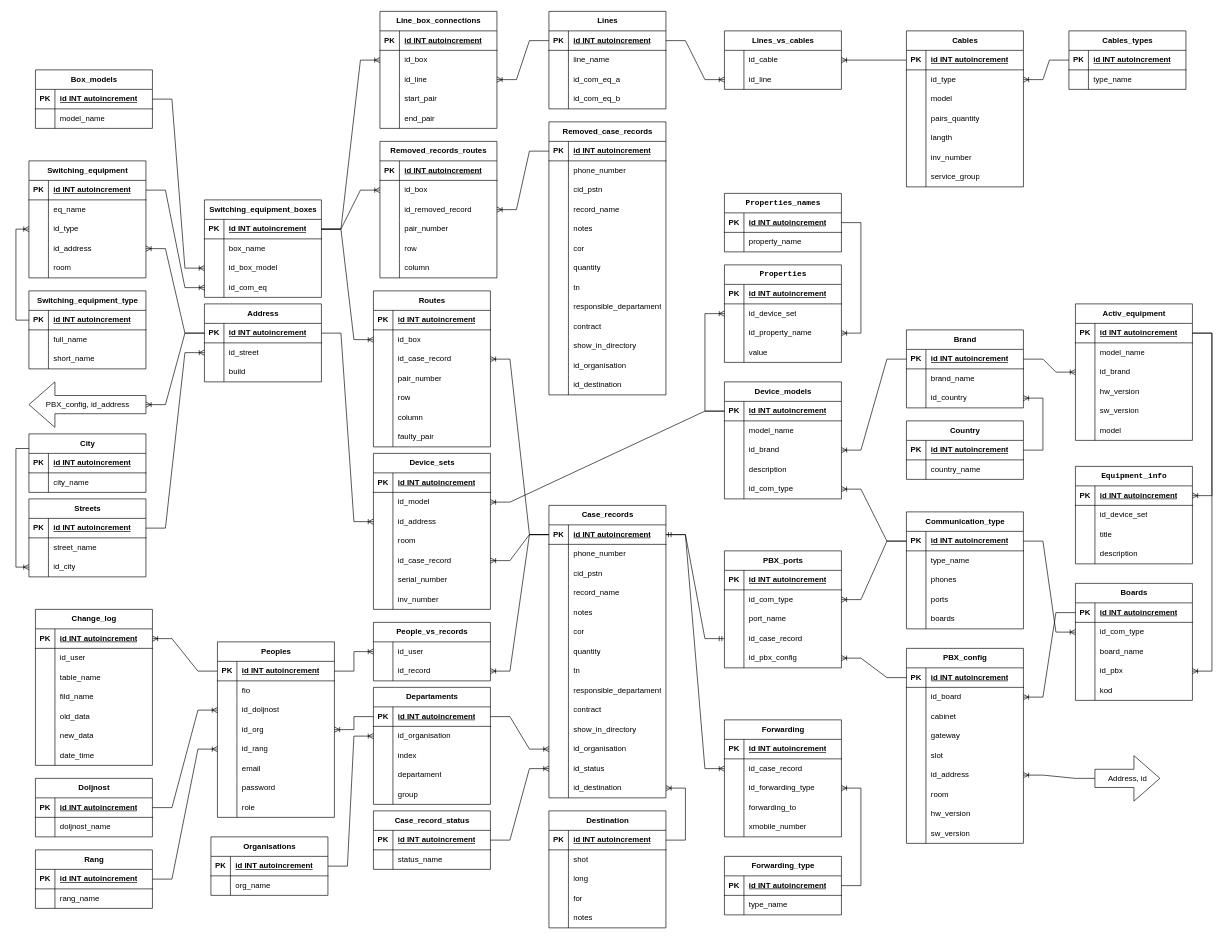
Before: Project/БД для проекта.drawio in AndyHustler/HomeworkForJSFullStack, a draw.io diagram. Source tidied: cells renumbered, new cells numbered last; positions are measured from the earlier drawing's top-left corner, leaving out a move shared by most shapes. Both pictures are drawn from the tidied source at 65%, with x=0, y=0 at pixel (16, 11).
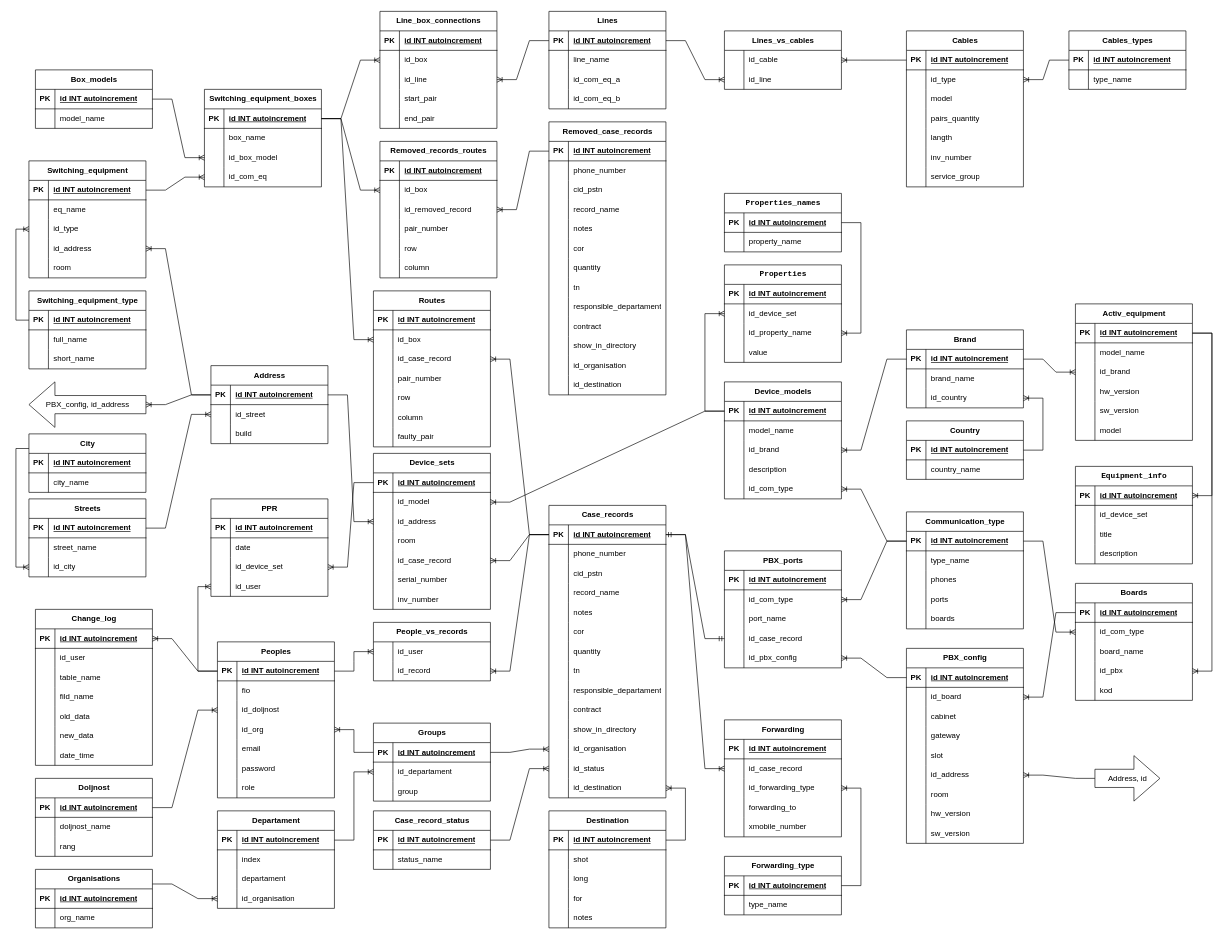
Above is the later version.

The change refers to these unchanged cells:
```xml
<mxCell id="126" style="shape=tableRow;horizontal=0;startSize=0;swimlaneHead=0;swimlaneBody=0;fillColor=none;points=[[0,0.5],[1,0.5]];portConstraint=eastwest;top=0;left=0;right=0;bottom=1;" parent="125" vertex="1">
  <mxGeometry y="30" width="180" height="30" as="geometry" />
</mxCell>
<mxCell id="316" style="shape=tableRow;horizontal=0;startSize=0;swimlaneHead=0;swimlaneBody=0;fillColor=none;points=[[0,0.5],[1,0.5]];portConstraint=eastwest;top=0;left=0;right=0;bottom=0;" parent="312" vertex="1">
  <mxGeometry y="60" width="180" height="30" as="geometry" />
</mxCell>
<mxCell id="332" style="shape=tableRow;horizontal=0;startSize=0;swimlaneHead=0;swimlaneBody=0;fillColor=none;top=0;left=0;right=0;bottom=0;" parent="328" vertex="1">
  <mxGeometry y="60" width="180" height="30" as="geometry" />
</mxCell>
<mxCell id="337" style="shape=tableRow;horizontal=0;startSize=0;swimlaneHead=0;swimlaneBody=0;fillColor=none;points=[[0,0.5],[1,0.5]];portConstraint=eastwest;top=0;left=0;right=0;bottom=1;" parent="336" vertex="1">
  <mxGeometry y="30" width="180" height="30" as="geometry" />
</mxCell>
```

The edit, as a diff of the source:
```diff
@@
     <mxCell id="18" value="Switching_equipment_boxes" style="shape=table;startSize=30;childLayout=tableLayout;rowLines=0;fontStyle=1;align=center;html=1;" parent="1" vertex="1">
-      <mxGeometry x="290" y="290" width="180" height="150" as="geometry" />
+      <mxGeometry x="290" y="120" width="180" height="150" as="geometry" />
     </mxCell>
@@
     <mxCell id="43" value="Address" style="shape=table;startSize=30;childLayout=tableLayout;rowLines=0;fontStyle=1;align=center;html=1;" parent="1" vertex="1">
-      <mxGeometry x="290" y="450" width="180" height="120" as="geometry" />
+      <mxGeometry x="300" y="545" width="180" height="120" as="geometry" />
     </mxCell>
@@
-    <mxCell id="312" value="Departaments" style="shape=table;startSize=30;childLayout=tableLayout;rowLines=0;fontStyle=1;align=center;html=1;" parent="1" vertex="1">
-      <mxGeometry x="550" y="1040" width="180" height="180" as="geometry" />
+    <mxCell id="312" value="Groups" style="shape=table;startSize=30;childLayout=tableLayout;rowLines=0;fontStyle=1;align=center;html=1;" parent="1" vertex="1">
+      <mxGeometry x="550" y="1095" width="180" height="120" as="geometry" />
     </mxCell>
@@
-    <mxCell id="318" value="id_organisation" style="shape=partialRectangle;fillColor=none;top=0;left=0;bottom=0;right=0;align=left;spacingLeft=6;overflow=hidden;whiteSpace=wrap;html=1;" parent="316" vertex="1">
+    <mxCell id="318" value="id_departament" style="shape=partialRectangle;fillColor=none;top=0;left=0;bottom=0;right=0;align=left;spacingLeft=6;overflow=hidden;whiteSpace=wrap;html=1;" parent="316" vertex="1">
       <mxGeometry x="30" width="150" height="30" as="geometry" />
     </mxCell>
-    <mxCell id="319" style="shape=tableRow;horizontal=0;startSize=0;swimlaneHead=0;swimlaneBody=0;fillColor=none;top=0;left=0;right=0;bottom=0;" parent="312" vertex="1">
-      <mxGeometry y="90" width="180" height="30" as="geometry" />
-    </mxCell>
-    <mxCell id="320" style="shape=partialRectangle;fillColor=none;top=0;left=0;bottom=0;right=0;overflow=hidden;whiteSpace=wrap;html=1;" parent="319" vertex="1">
-      <mxGeometry width="30" height="30" as="geometry" />
-    </mxCell>
-    <mxCell id="321" value="index" style="shape=partialRectangle;fillColor=none;top=0;left=0;bottom=0;right=0;align=left;spacingLeft=6;overflow=hidden;whiteSpace=wrap;html=1;" parent="319" vertex="1">
-      <mxGeometry x="30" width="150" height="30" as="geometry" />
-    </mxCell>
-    <mxCell id="322" style="shape=tableRow;horizontal=0;startSize=0;swimlaneHead=0;swimlaneBody=0;fillColor=none;top=0;left=0;right=0;bottom=0;" parent="312" vertex="1">
-      <mxGeometry y="120" width="180" height="30" as="geometry" />
-    </mxCell>
-    <mxCell id="323" style="shape=partialRectangle;fillColor=none;top=0;left=0;bottom=0;right=0;overflow=hidden;whiteSpace=wrap;html=1;" parent="322" vertex="1">
-      <mxGeometry width="30" height="30" as="geometry" />
-    </mxCell>
-    <mxCell id="324" value="departament" style="shape=partialRectangle;fillColor=none;top=0;left=0;bottom=0;right=0;align=left;spacingLeft=6;overflow=hidden;whiteSpace=wrap;html=1;" parent="322" vertex="1">
-      <mxGeometry x="30" width="150" height="30" as="geometry" />
-    </mxCell>
     <mxCell id="325" style="shape=tableRow;horizontal=0;startSize=0;swimlaneHead=0;swimlaneBody=0;fillColor=none;top=0;left=0;right=0;bottom=0;" parent="312" vertex="1">
-      <mxGeometry y="150" width="180" height="30" as="geometry" />
+      <mxGeometry y="90" width="180" height="30" as="geometry" />
     </mxCell>
@@
-    <mxCell id="328" value="Organisations" style="shape=table;startSize=30;childLayout=tableLayout;rowLines=0;fontStyle=1;align=center;html=1;" parent="1" vertex="1">
-      <mxGeometry x="300" y="1270" width="180" height="90" as="geometry" />
+    <mxCell id="328" value="Departament" style="shape=table;startSize=30;childLayout=tableLayout;rowLines=0;fontStyle=1;align=center;html=1;" parent="1" vertex="1">
+      <mxGeometry x="310" y="1230" width="180" height="150" as="geometry" />
     </mxCell>
@@
-    <mxCell id="334" value="&lt;div&gt;org_name&lt;/div&gt;" style="shape=partialRectangle;fillColor=none;top=0;left=0;bottom=0;right=0;align=left;spacingLeft=6;overflow=hidden;whiteSpace=wrap;html=1;" parent="332" vertex="1">
+    <mxCell id="334" value="index" style="shape=partialRectangle;fillColor=none;top=0;left=0;bottom=0;right=0;align=left;spacingLeft=6;overflow=hidden;whiteSpace=wrap;html=1;" parent="332" vertex="1">
       <mxGeometry x="30" width="150" height="30" as="geometry" />
     </mxCell>
+    <mxCell id="633" style="shape=tableRow;horizontal=0;startSize=0;swimlaneHead=0;swimlaneBody=0;fillColor=none;top=0;left=0;right=0;bottom=0;" parent="328" vertex="1">
+      <mxGeometry y="90" width="180" height="30" as="geometry" />
+    </mxCell>
+    <mxCell id="634" style="shape=partialRectangle;fillColor=none;top=0;left=0;bottom=0;right=0;overflow=hidden;whiteSpace=wrap;html=1;" parent="633" vertex="1">
+      <mxGeometry width="30" height="30" as="geometry" />
+    </mxCell>
+    <mxCell id="324" value="departament" style="shape=partialRectangle;fillColor=none;top=0;left=0;bottom=0;right=0;align=left;spacingLeft=6;overflow=hidden;whiteSpace=wrap;html=1;" parent="633" vertex="1">
+      <mxGeometry x="30" width="150" height="30" as="geometry" />
+    </mxCell>
+    <mxCell id="635" style="shape=tableRow;horizontal=0;startSize=0;swimlaneHead=0;swimlaneBody=0;fillColor=none;points=[[0,0.5],[1,0.5]];portConstraint=eastwest;top=0;left=0;right=0;bottom=0;" parent="328" vertex="1">
+      <mxGeometry y="120" width="180" height="30" as="geometry" />
+    </mxCell>
+    <mxCell id="636" style="shape=partialRectangle;fillColor=none;top=0;left=0;bottom=0;right=0;overflow=hidden;whiteSpace=wrap;html=1;" parent="635" vertex="1">
+      <mxGeometry width="30" height="30" as="geometry" />
+    </mxCell>
+    <mxCell id="637" value="id_organisation" style="shape=partialRectangle;fillColor=none;top=0;left=0;bottom=0;right=0;align=left;spacingLeft=6;overflow=hidden;whiteSpace=wrap;html=1;" parent="635" vertex="1">
+      <mxGeometry x="30" width="150" height="30" as="geometry" />
+    </mxCell>
@@
     <mxCell id="336" value="&lt;div&gt;Peoples&lt;/div&gt;" style="shape=table;startSize=30;childLayout=tableLayout;rowLines=0;fontStyle=1;align=center;html=1;" parent="1" vertex="1">
-      <mxGeometry x="310" y="970" width="180" height="270" as="geometry" />
+      <mxGeometry x="310" y="970" width="180" height="240" as="geometry" />
     </mxCell>
@@
-    <mxCell id="349" style="shape=tableRow;horizontal=0;startSize=0;swimlaneHead=0;swimlaneBody=0;fillColor=none;points=[[0,0.5],[1,0.5]];portConstraint=eastwest;top=0;left=0;right=0;bottom=0;" parent="336" vertex="1">
-      <mxGeometry y="150" width="180" height="30" as="geometry" />
-    </mxCell>
-    <mxCell id="350" style="shape=partialRectangle;fillColor=none;top=0;left=0;bottom=0;right=0;overflow=hidden;whiteSpace=wrap;html=1;" parent="349" vertex="1">
-      <mxGeometry width="30" height="30" as="geometry" />
-    </mxCell>
-    <mxCell id="351" value="id_rang" style="shape=partialRectangle;fillColor=none;top=0;left=0;bottom=0;right=0;align=left;spacingLeft=6;overflow=hidden;whiteSpace=wrap;html=1;" parent="349" vertex="1">
-      <mxGeometry x="30" width="150" height="30" as="geometry" />
-    </mxCell>
     <mxCell id="352" style="shape=tableRow;horizontal=0;startSize=0;swimlaneHead=0;swimlaneBody=0;fillColor=none;top=0;left=0;right=0;bottom=0;" parent="336" vertex="1">
-      <mxGeometry y="180" width="180" height="30" as="geometry" />
+      <mxGeometry y="150" width="180" height="30" as="geometry" />
     </mxCell>
@@
     <mxCell id="355" style="shape=tableRow;horizontal=0;startSize=0;swimlaneHead=0;swimlaneBody=0;fillColor=none;top=0;left=0;right=0;bottom=0;" parent="336" vertex="1">
-      <mxGeometry y="210" width="180" height="30" as="geometry" />
+      <mxGeometry y="180" width="180" height="30" as="geometry" />
     </mxCell>
@@
     <mxCell id="358" style="shape=tableRow;horizontal=0;startSize=0;swimlaneHead=0;swimlaneBody=0;fillColor=none;top=0;left=0;right=0;bottom=0;" parent="336" vertex="1">
-      <mxGeometry y="240" width="180" height="30" as="geometry" />
+      <mxGeometry y="210" width="180" height="30" as="geometry" />
     </mxCell>
@@
-    <mxCell id="580" value="Rang" style="shape=table;startSize=30;childLayout=tableLayout;rowLines=0;fontStyle=1;align=center;html=1;" parent="1" vertex="1">
-      <mxGeometry x="30" y="1290" width="180" height="90" as="geometry" />
-    </mxCell>
-    <mxCell id="581" style="shape=tableRow;horizontal=0;startSize=0;swimlaneHead=0;swimlaneBody=0;fillColor=none;points=[[0,0.5],[1,0.5]];portConstraint=eastwest;top=0;left=0;right=0;bottom=1;" parent="580" vertex="1">
-      <mxGeometry y="30" width="180" height="30" as="geometry" />
-    </mxCell>
-    <mxCell id="582" value="PK" style="shape=partialRectangle;fillColor=none;top=0;left=0;bottom=0;right=0;fontStyle=1;overflow=hidden;whiteSpace=wrap;html=1;" parent="581" vertex="1">
-      <mxGeometry width="30" height="30" as="geometry" />
-    </mxCell>
-    <mxCell id="583" value="id INT autoincrement" style="shape=partialRectangle;fillColor=none;top=0;left=0;bottom=0;right=0;align=left;spacingLeft=6;fontStyle=5;overflow=hidden;whiteSpace=wrap;html=1;" parent="581" vertex="1">
-      <mxGeometry x="30" width="150" height="30" as="geometry" />
-    </mxCell>
-    <mxCell id="584" style="shape=tableRow;horizontal=0;startSize=0;swimlaneHead=0;swimlaneBody=0;fillColor=none;top=0;left=0;right=0;bottom=0;" parent="580" vertex="1">
-      <mxGeometry y="60" width="180" height="30" as="geometry" />
-    </mxCell>
-    <mxCell id="585" style="shape=partialRectangle;fillColor=none;top=0;left=0;bottom=0;right=0;overflow=hidden;whiteSpace=wrap;html=1;" parent="584" vertex="1">
-      <mxGeometry width="30" height="30" as="geometry" />
-    </mxCell>
-    <mxCell id="586" value="rang_name" style="shape=partialRectangle;fillColor=none;top=0;left=0;bottom=0;right=0;align=left;spacingLeft=6;overflow=hidden;whiteSpace=wrap;html=1;" parent="584" vertex="1">
-      <mxGeometry x="30" width="150" height="30" as="geometry" />
-    </mxCell>
-    <mxCell id="587" style="edgeStyle=entityRelationEdgeStyle;fontSize=12;html=1;endArrow=ERoneToMany;rounded=0;exitX=1;exitY=0.5;exitDx=0;exitDy=0;" parent="1" edge="1" source="581" target="349">
-      <mxGeometry relative="1" as="geometry" />
-    </mxCell>
     <mxCell id="588" value="Doljnost" style="shape=table;startSize=30;childLayout=tableLayout;rowLines=0;fontStyle=1;align=center;html=1;" parent="1" vertex="1">
-      <mxGeometry x="30" y="1180" width="180" height="90" as="geometry" />
+      <mxGeometry x="30" y="1180" width="180" height="120" as="geometry" />
     </mxCell>
@@
+    <mxCell id="638" style="shape=tableRow;horizontal=0;startSize=0;swimlaneHead=0;swimlaneBody=0;fillColor=none;top=0;left=0;right=0;bottom=0;" parent="588" vertex="1">
+      <mxGeometry y="90" width="180" height="30" as="geometry" />
+    </mxCell>
+    <mxCell id="639" style="shape=partialRectangle;fillColor=none;top=0;left=0;bottom=0;right=0;overflow=hidden;whiteSpace=wrap;html=1;" parent="638" vertex="1">
+      <mxGeometry width="30" height="30" as="geometry" />
+    </mxCell>
+    <mxCell id="640" value="rang" style="shape=partialRectangle;fillColor=none;top=0;left=0;bottom=0;right=0;align=left;spacingLeft=6;overflow=hidden;whiteSpace=wrap;html=1;" parent="638" vertex="1">
+      <mxGeometry x="30" width="150" height="30" as="geometry" />
+    </mxCell>
@@
+    <mxCell id="641" value="PPR" style="shape=table;startSize=30;childLayout=tableLayout;rowLines=0;fontStyle=1;align=center;html=1;" parent="1" vertex="1">
+      <mxGeometry x="300" y="750" width="180" height="150" as="geometry" />
+    </mxCell>
+    <mxCell id="642" style="shape=tableRow;horizontal=0;startSize=0;swimlaneHead=0;swimlaneBody=0;fillColor=none;top=0;left=0;right=0;bottom=1;" parent="641" vertex="1">
+      <mxGeometry y="30" width="180" height="30" as="geometry" />
+    </mxCell>
+    <mxCell id="643" value="PK" style="shape=partialRectangle;fillColor=none;top=0;left=0;bottom=0;right=0;fontStyle=1;overflow=hidden;whiteSpace=wrap;html=1;" parent="642" vertex="1">
+      <mxGeometry width="30" height="30" as="geometry" />
+    </mxCell>
+    <mxCell id="644" value="id INT autoincrement" style="shape=partialRectangle;fillColor=none;top=0;left=0;bottom=0;right=0;align=left;spacingLeft=6;fontStyle=5;overflow=hidden;whiteSpace=wrap;html=1;" parent="642" vertex="1">
+      <mxGeometry x="30" width="150" height="30" as="geometry" />
+    </mxCell>
+    <mxCell id="645" style="shape=tableRow;horizontal=0;startSize=0;swimlaneHead=0;swimlaneBody=0;fillColor=none;top=0;left=0;right=0;bottom=0;" parent="641" vertex="1">
+      <mxGeometry y="60" width="180" height="30" as="geometry" />
+    </mxCell>
+    <mxCell id="646" style="shape=partialRectangle;fillColor=none;top=0;left=0;bottom=0;right=0;overflow=hidden;whiteSpace=wrap;html=1;" parent="645" vertex="1">
+      <mxGeometry width="30" height="30" as="geometry" />
+    </mxCell>
+    <mxCell id="647" value="date" style="shape=partialRectangle;fillColor=none;top=0;left=0;bottom=0;right=0;align=left;spacingLeft=6;overflow=hidden;whiteSpace=wrap;html=1;" parent="645" vertex="1">
+      <mxGeometry x="30" width="150" height="30" as="geometry" />
+    </mxCell>
+    <mxCell id="648" style="shape=tableRow;horizontal=0;startSize=0;swimlaneHead=0;swimlaneBody=0;fillColor=none;points=[[0,0.5],[1,0.5]];portConstraint=eastwest;top=0;left=0;right=0;bottom=0;" parent="641" vertex="1">
+      <mxGeometry y="90" width="180" height="30" as="geometry" />
+    </mxCell>
+    <mxCell id="649" style="shape=partialRectangle;fillColor=none;top=0;left=0;bottom=0;right=0;overflow=hidden;whiteSpace=wrap;html=1;" parent="648" vertex="1">
+      <mxGeometry width="30" height="30" as="geometry" />
+    </mxCell>
+    <mxCell id="650" value="id_device_set" style="shape=partialRectangle;fillColor=none;top=0;left=0;bottom=0;right=0;align=left;spacingLeft=6;overflow=hidden;whiteSpace=wrap;html=1;" parent="648" vertex="1">
+      <mxGeometry x="30" width="150" height="30" as="geometry" />
+    </mxCell>
+    <mxCell id="651" style="shape=tableRow;horizontal=0;startSize=0;swimlaneHead=0;swimlaneBody=0;fillColor=none;points=[[0,0.5],[1,0.5]];portConstraint=eastwest;top=0;left=0;right=0;bottom=0;" parent="641" vertex="1">
+      <mxGeometry y="120" width="180" height="30" as="geometry" />
+    </mxCell>
+    <mxCell id="652" style="shape=partialRectangle;fillColor=none;top=0;left=0;bottom=0;right=0;overflow=hidden;whiteSpace=wrap;html=1;" parent="651" vertex="1">
+      <mxGeometry width="30" height="30" as="geometry" />
+    </mxCell>
+    <mxCell id="653" value="&lt;div&gt;id_user&lt;/div&gt;" style="shape=partialRectangle;fillColor=none;top=0;left=0;bottom=0;right=0;align=left;spacingLeft=6;overflow=hidden;whiteSpace=wrap;html=1;" parent="651" vertex="1">
+      <mxGeometry x="30" width="150" height="30" as="geometry" />
+    </mxCell>
+    <mxCell id="654" style="edgeStyle=entityRelationEdgeStyle;fontSize=12;html=1;endArrow=ERoneToMany;rounded=0;exitX=0;exitY=0.5;exitDx=0;exitDy=0;entryX=1;entryY=0.5;entryDx=0;entryDy=0;" parent="1" edge="1" source="126" target="648">
+      <mxGeometry relative="1" as="geometry" />
+    </mxCell>
+    <mxCell id="655" style="edgeStyle=elbowEdgeStyle;fontSize=12;html=1;endArrow=ERoneToMany;rounded=0;exitX=0;exitY=0.5;exitDx=0;exitDy=0;entryX=0;entryY=0.5;entryDx=0;entryDy=0;" parent="1" edge="1" source="337" target="651">
+      <mxGeometry relative="1" as="geometry">
+        <Array as="points">
+          <mxPoint x="280" y="910" />
+        </Array>
+      </mxGeometry>
+    </mxCell>
+    <mxCell id="656" value="Organisations" style="shape=table;startSize=30;childLayout=tableLayout;rowLines=0;fontStyle=1;align=center;html=1;" parent="1" vertex="1">
+      <mxGeometry x="30" y="1320" width="180" height="90" as="geometry" />
+    </mxCell>
+    <mxCell id="657" style="shape=tableRow;horizontal=0;startSize=0;swimlaneHead=0;swimlaneBody=0;fillColor=none;top=0;left=0;right=0;bottom=1;" parent="656" vertex="1">
+      <mxGeometry y="30" width="180" height="30" as="geometry" />
+    </mxCell>
+    <mxCell id="658" value="PK" style="shape=partialRectangle;fillColor=none;top=0;left=0;bottom=0;right=0;fontStyle=1;overflow=hidden;whiteSpace=wrap;html=1;" parent="657" vertex="1">
+      <mxGeometry width="30" height="30" as="geometry" />
+    </mxCell>
+    <mxCell id="659" value="id INT autoincrement" style="shape=partialRectangle;fillColor=none;top=0;left=0;bottom=0;right=0;align=left;spacingLeft=6;fontStyle=5;overflow=hidden;whiteSpace=wrap;html=1;" parent="657" vertex="1">
+      <mxGeometry x="30" width="150" height="30" as="geometry" />
+    </mxCell>
+    <mxCell id="660" style="shape=tableRow;horizontal=0;startSize=0;swimlaneHead=0;swimlaneBody=0;fillColor=none;top=0;left=0;right=0;bottom=0;" parent="656" vertex="1">
+      <mxGeometry y="60" width="180" height="30" as="geometry" />
+    </mxCell>
+    <mxCell id="661" style="shape=partialRectangle;fillColor=none;top=0;left=0;bottom=0;right=0;overflow=hidden;whiteSpace=wrap;html=1;" parent="660" vertex="1">
+      <mxGeometry width="30" height="30" as="geometry" />
+    </mxCell>
+    <mxCell id="662" value="&lt;div&gt;org_name&lt;/div&gt;" style="shape=partialRectangle;fillColor=none;top=0;left=0;bottom=0;right=0;align=left;spacingLeft=6;overflow=hidden;whiteSpace=wrap;html=1;" parent="660" vertex="1">
+      <mxGeometry x="30" width="150" height="30" as="geometry" />
+    </mxCell>
+    <mxCell id="663" style="edgeStyle=entityRelationEdgeStyle;fontSize=12;html=1;endArrow=ERoneToMany;rounded=0;exitX=1;exitY=0.25;exitDx=0;exitDy=0;entryX=0;entryY=0.5;entryDx=0;entryDy=0;" parent="1" edge="1" source="656" target="635">
+      <mxGeometry relative="1" as="geometry" />
+    </mxCell>
```
